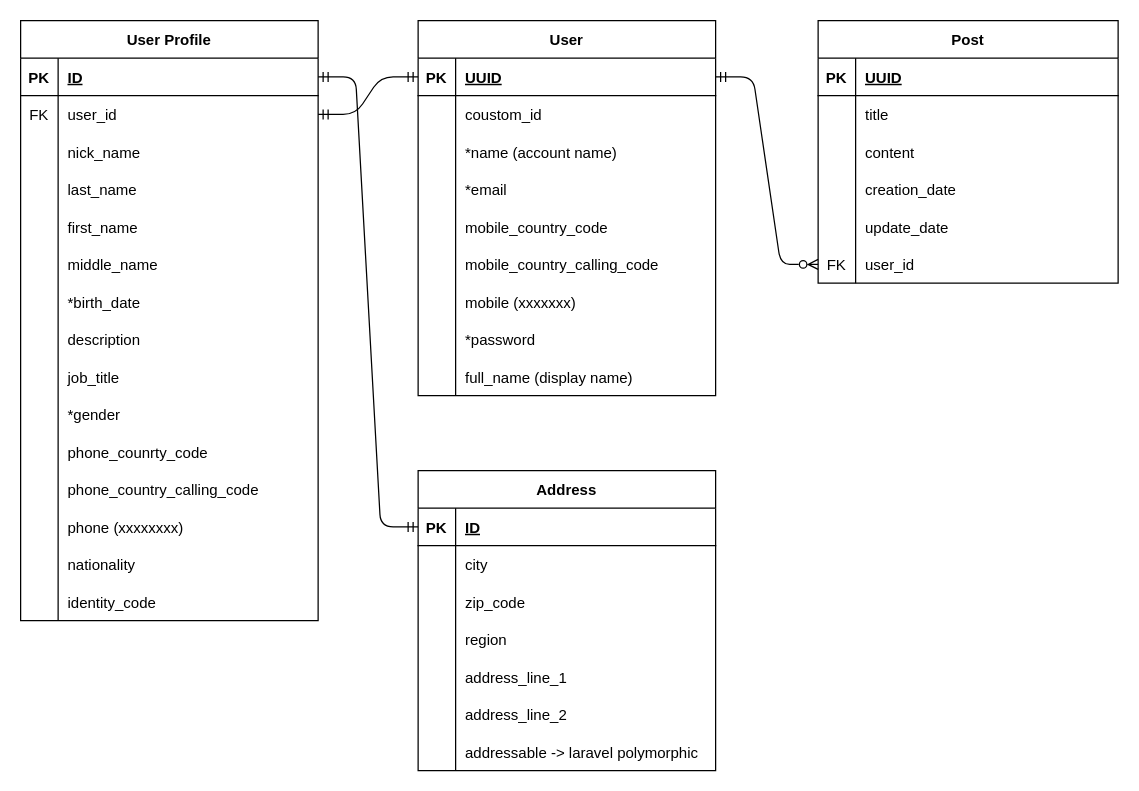
The draw.io diagram er_model.drawio in monosparta/post-backend, before the edit. Source tidied: cells renumbered, new cells numbered last; positions are measured from the earlier drawing's top-left corner, leaving out a move shared by most shapes. Both pictures are drawn from the tidied source at 125%, with x=0, y=0 at pixel (20, 20).
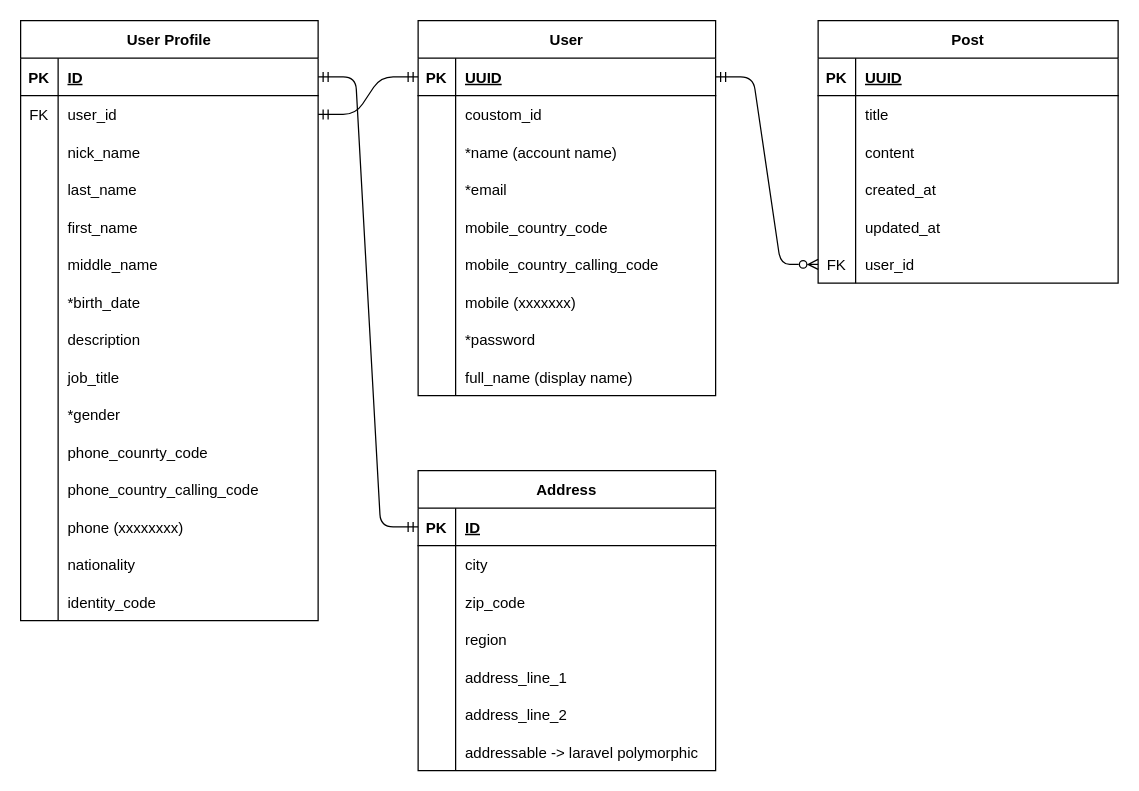
Above is the later version.

Commit message:
docs: update er model to match laravel paramater

Unchanged cells that the change refers to:
```xml
<mxCell id="12" style="shape=partialRectangle;fillColor=none;top=0;left=0;bottom=0;right=0;" parent="2" vertex="1">
  <mxGeometry y="120" width="240" height="30" as="geometry" />
</mxCell>
<mxCell id="15" style="shape=partialRectangle;fillColor=none;top=0;left=0;bottom=0;right=0;" parent="2" vertex="1">
  <mxGeometry y="150" width="240" height="30" as="geometry" />
</mxCell>
```

Diff of the diagram source:
```diff
@@
-    <mxCell id="14" value="creation_date" style="shape=partialRectangle;fillColor=none;top=0;left=0;bottom=0;right=0;align=left;spacingLeft=6;overflow=hidden;" parent="12" vertex="1">
+    <mxCell id="14" value="created_at" style="shape=partialRectangle;fillColor=none;top=0;left=0;bottom=0;right=0;align=left;spacingLeft=6;overflow=hidden;" parent="12" vertex="1">
       <mxGeometry x="30" width="210" height="30" as="geometry" />
     </mxCell>
@@
-    <mxCell id="17" value="update_date" style="shape=partialRectangle;fillColor=none;top=0;left=0;bottom=0;right=0;align=left;spacingLeft=6;overflow=hidden;" parent="15" vertex="1">
+    <mxCell id="17" value="updated_at" style="shape=partialRectangle;fillColor=none;top=0;left=0;bottom=0;right=0;align=left;spacingLeft=6;overflow=hidden;" parent="15" vertex="1">
       <mxGeometry x="30" width="210" height="30" as="geometry" />
     </mxCell>
```
